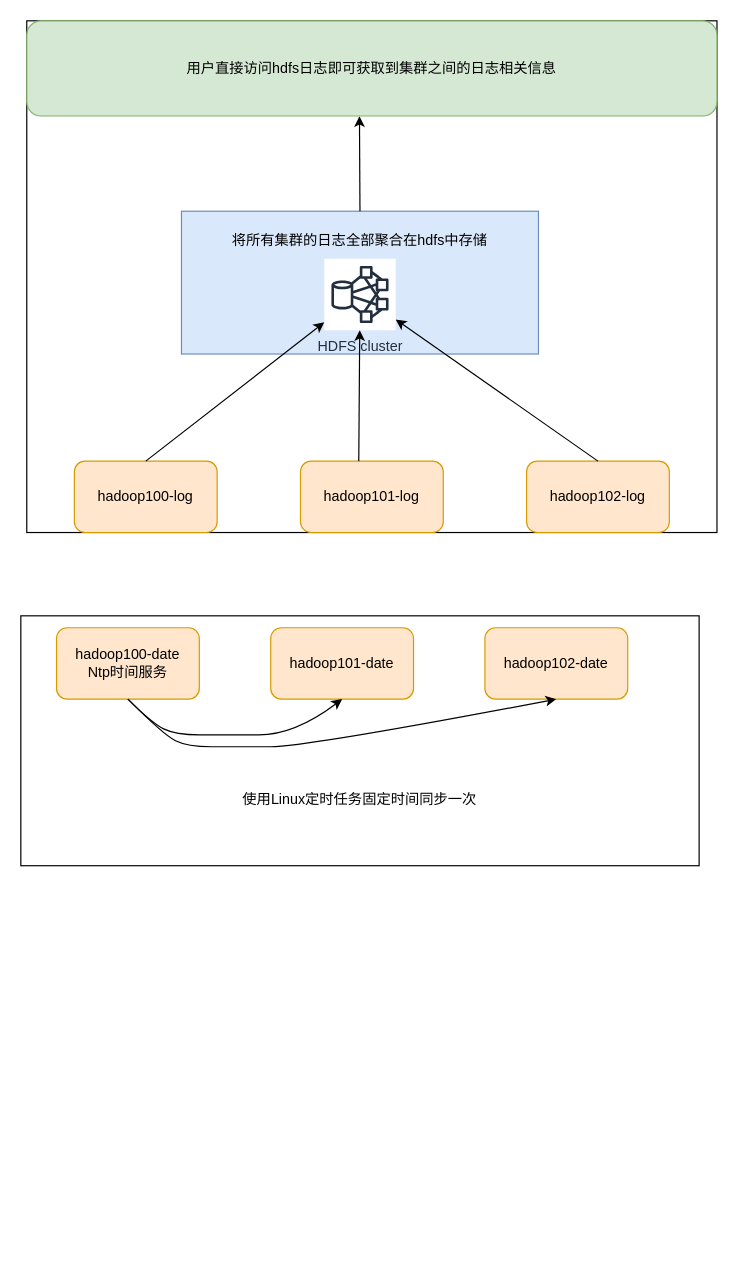
kushinae/diagrams keeps this draw.io diagram as tome/note/bigdata/hadoop/hadoop.drawio. Above is the earlier version. Source tidied: cells renumbered, new cells numbered last; positions are measured from the earlier drawing's top-left corner, leaving out a move shared by most shapes. Both pictures are drawn from the tidied source at 119%, with x=0, y=0 at pixel (20, 20). Pictures stored in the file or linked from it are replaced by grey dashed boxes.
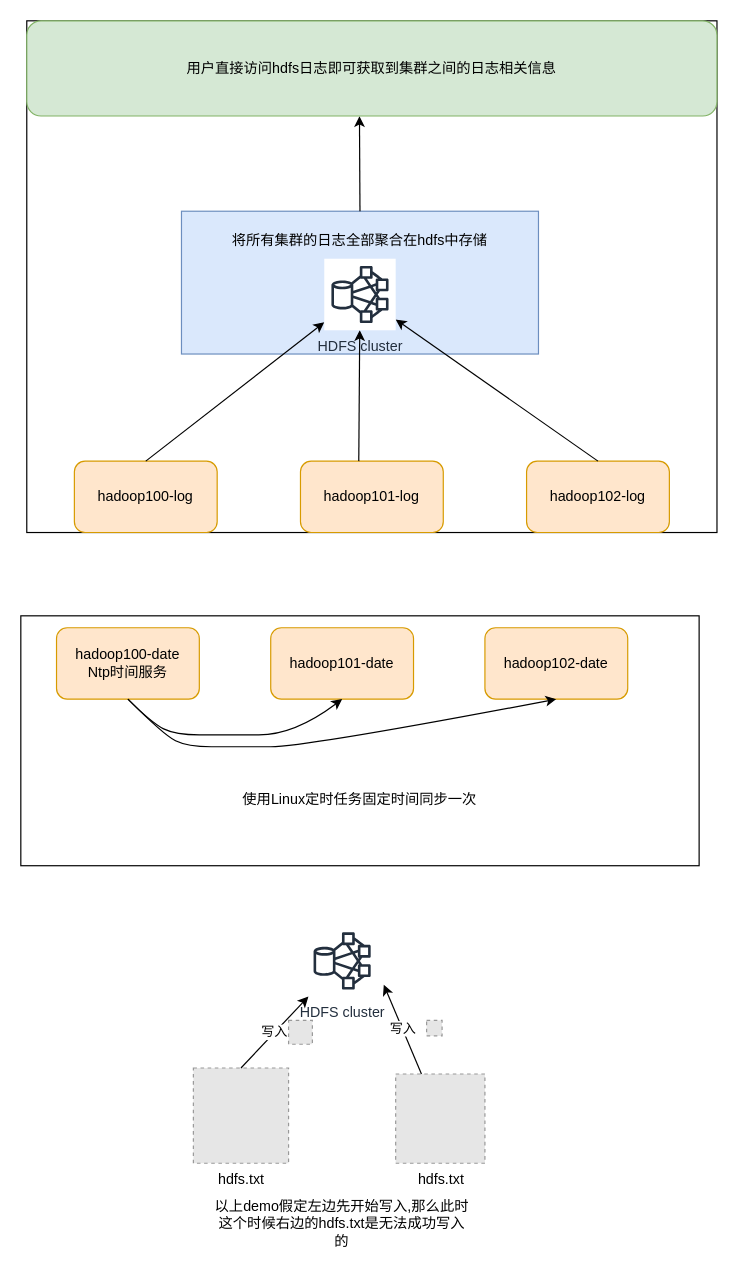
The same page after the edit.

Commit message:
update: added hdfs sync write

Diff of the diagram source:
```diff
@@
+    <mxCell id="21" value="hdfs.txt" style="fillColor=#E6E6E6;strokeColor=#999999;dashed=1;html=1;verticalAlign=top;verticalLabelPosition=bottom;labelBackgroundColor=#ffffff;" parent="1" vertex="1">
+      <mxGeometry x="145" y="880" width="80" height="80" as="geometry" />
+    </mxCell>
+    <mxCell id="22" value="hdfs.txt" style="fillColor=#E6E6E6;strokeColor=#999999;dashed=1;html=1;verticalAlign=top;verticalLabelPosition=bottom;labelBackgroundColor=#ffffff;" parent="1" vertex="1">
+      <mxGeometry x="315" y="885" width="75" height="75" as="geometry" />
+    </mxCell>
+    <mxCell id="23" value="HDFS cluster" style="sketch=0;outlineConnect=0;fontColor=#232F3E;gradientColor=none;strokeColor=#232F3E;fillColor=#ffffff;dashed=0;verticalLabelPosition=bottom;verticalAlign=top;align=center;html=1;fontSize=12;fontStyle=0;shape=mxgraph.aws4.resourceIcon;resIcon=mxgraph.aws4.hdfs_cluster;" parent="1" vertex="1">
+      <mxGeometry x="240" y="760" width="60" height="60" as="geometry" />
+    </mxCell>
+    <mxCell id="24" value="写入" style="endArrow=classic;html=1;rounded=0;exitX=0.5;exitY=0;exitDx=0;exitDy=0;" parent="1" edge="1" source="21" target="23">
+      <mxGeometry relative="1" as="geometry" />
+    </mxCell>
+    <mxCell id="25" value="写入" style="endArrow=classic;html=1;rounded=0;" parent="1" edge="1" source="22">
+      <mxGeometry relative="1" as="geometry">
+        <mxPoint x="305" y="810" as="targetPoint" />
+      </mxGeometry>
+    </mxCell>
+    <mxCell id="26" style="fillColor=#E6E6E6;strokeColor=#999999;dashed=1;html=1;verticalAlign=top;verticalLabelPosition=bottom;labelBackgroundColor=#ffffff;" parent="1" vertex="1">
+      <mxGeometry x="225" y="840" width="20" height="20" as="geometry" />
+    </mxCell>
+    <mxCell id="27" style="fillColor=#E6E6E6;strokeColor=#999999;dashed=1;html=1;verticalAlign=top;verticalLabelPosition=bottom;labelBackgroundColor=#ffffff;" parent="1" vertex="1">
+      <mxGeometry x="341" y="840" width="13" height="13" as="geometry" />
+    </mxCell>
+    <mxCell id="28" value="以上demo假定左边先开始写入,那么此时这个时候右边的hdfs.txt是无法成功写入的" style="text;html=1;strokeColor=none;fillColor=none;align=center;verticalAlign=middle;whiteSpace=wrap;rounded=0;" parent="1" vertex="1">
+      <mxGeometry x="160" y="1010" width="220" as="geometry" />
+    </mxCell>
```
